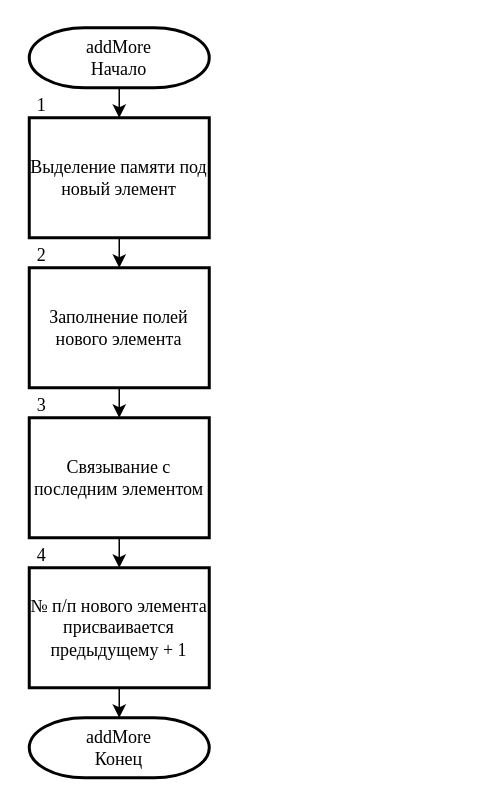
The draw.io diagram page "Добавление элемента" (2 of 12) of Структурные схемы для КП.drawio in noidoRG/my-draw.io, before the edit. Source tidied: cells renumbered, new cells numbered last; positions are measured from the earlier drawing's top-left corner, leaving out a move shared by most shapes. Both pictures are drawn from the tidied source at 150%, with x=0, y=0 at pixel (26, 27).
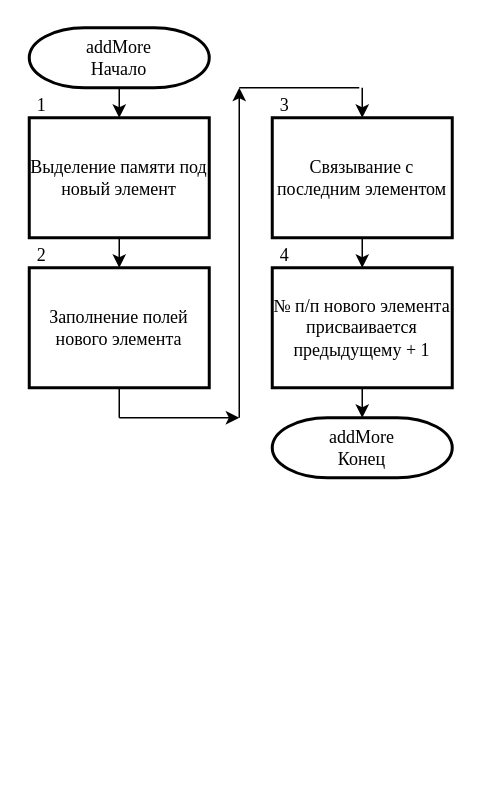
The same page after the edit.

The change refers to these unchanged cells:
```xml
<mxCell id="6" value="Заполнение полей нового элемента" style="rounded=0;whiteSpace=wrap;html=1;strokeWidth=2;fontFamily=Times New Roman;fontSize=12;" parent="1" vertex="1">
  <mxGeometry x="2" y="160" width="120" height="80" as="geometry" />
</mxCell>
```

Change to the diagram source:
```diff
@@
     <mxCell id="7" value="Связывание с последним элементом" style="rounded=0;whiteSpace=wrap;html=1;strokeWidth=2;fontFamily=Times New Roman;fontSize=12;" parent="1" vertex="1">
-      <mxGeometry x="2" y="260" width="120" height="80" as="geometry" />
+      <mxGeometry x="164" y="60" width="120" height="80" as="geometry" />
     </mxCell>
-    <mxCell id="8" style="endArrow=classic;html=1;rounded=0;fontFamily=Times New Roman;fontSize=12;" parent="1" edge="1" source="6">
+    <mxCell id="8" style="endArrow=classic;html=1;rounded=0;fontFamily=Times New Roman;fontSize=12;" parent="1" edge="1">
       <mxGeometry relative="1" as="geometry">
-        <mxPoint x="62" y="260" as="targetPoint" />
+        <mxPoint x="224" y="40" as="sourcePoint" />
+        <mxPoint x="224" y="60" as="targetPoint" />
       </mxGeometry>
     </mxCell>
     <mxCell id="9" value="№ п/п нового элемента присваивается предыдущему + 1" style="rounded=0;whiteSpace=wrap;html=1;strokeWidth=2;fontFamily=Times New Roman;fontSize=12;" parent="1" vertex="1">
-      <mxGeometry x="2" y="360" width="120" height="80" as="geometry" />
+      <mxGeometry x="164" y="160" width="120" height="80" as="geometry" />
     </mxCell>
     <mxCell id="10" style="endArrow=classic;html=1;rounded=0;fontFamily=Times New Roman;fontSize=12;entryX=0.5;entryY=0;entryDx=0;entryDy=0;" parent="1" edge="1" target="9">
       <mxGeometry relative="1" as="geometry">
-        <mxPoint x="62" y="340" as="sourcePoint" />
+        <mxPoint x="224" y="140" as="sourcePoint" />
       </mxGeometry>
     </mxCell>
     <mxCell id="11" value="addMore&lt;br style=&quot;font-size: 12px&quot;&gt;Конец" style="strokeWidth=2;html=1;shape=mxgraph.flowchart.terminator;whiteSpace=wrap;fontFamily=Times New Roman;fontSize=12;" parent="1" vertex="1">
-      <mxGeometry x="2" y="460" width="120" height="40" as="geometry" />
+      <mxGeometry x="164" y="260" width="120" height="40" as="geometry" />
     </mxCell>
     <mxCell id="12" style="endArrow=classic;html=1;rounded=0;fontFamily=Times New Roman;fontSize=12;entryX=0.5;entryY=0;entryDx=0;entryDy=0;entryPerimeter=0;" parent="1" edge="1" target="11">
       <mxGeometry relative="1" as="geometry">
-        <mxPoint x="62" y="440" as="sourcePoint" />
+        <mxPoint x="224" y="240" as="sourcePoint" />
       </mxGeometry>
     </mxCell>
@@
     <mxCell id="15" value="3" style="text;html=1;align=center;verticalAlign=middle;strokeColor=none;fillColor=none;fontSize=12;fontFamily=Times New Roman;" parent="1" vertex="1">
-      <mxGeometry y="242" width="20" height="20" as="geometry" />
+      <mxGeometry x="162" y="42" width="20" height="20" as="geometry" />
     </mxCell>
     <mxCell id="16" value="4" style="text;html=1;align=center;verticalAlign=middle;strokeColor=none;fillColor=none;fontSize=12;fontFamily=Times New Roman;" parent="1" vertex="1">
-      <mxGeometry y="342" width="20" height="20" as="geometry" />
+      <mxGeometry x="162" y="142" width="20" height="20" as="geometry" />
     </mxCell>
+    <mxCell id="17" style="endArrow=none;html=1;rounded=0;fontFamily=Times New Roman;" parent="1" edge="1">
+      <mxGeometry relative="1" as="geometry">
+        <mxPoint x="62" y="260" as="sourcePoint" />
+        <mxPoint x="62" y="240" as="targetPoint" />
+      </mxGeometry>
+    </mxCell>
+    <mxCell id="18" style="endArrow=classic;html=1;rounded=0;fontFamily=Times New Roman;" parent="1" edge="1">
+      <mxGeometry relative="1" as="geometry">
+        <mxPoint x="62" y="260" as="sourcePoint" />
+        <mxPoint x="142" y="260" as="targetPoint" />
+      </mxGeometry>
+    </mxCell>
+    <mxCell id="19" style="endArrow=classic;html=1;rounded=0;fontFamily=Times New Roman;" parent="1" edge="1">
+      <mxGeometry relative="1" as="geometry">
+        <mxPoint x="142" y="260" as="sourcePoint" />
+        <mxPoint x="142" y="40" as="targetPoint" />
+      </mxGeometry>
+    </mxCell>
+    <mxCell id="20" style="endArrow=none;html=1;rounded=0;fontFamily=Times New Roman;" parent="1" edge="1">
+      <mxGeometry relative="1" as="geometry">
+        <mxPoint x="142" y="40" as="sourcePoint" />
+        <mxPoint x="222" y="40" as="targetPoint" />
+      </mxGeometry>
+    </mxCell>
```
